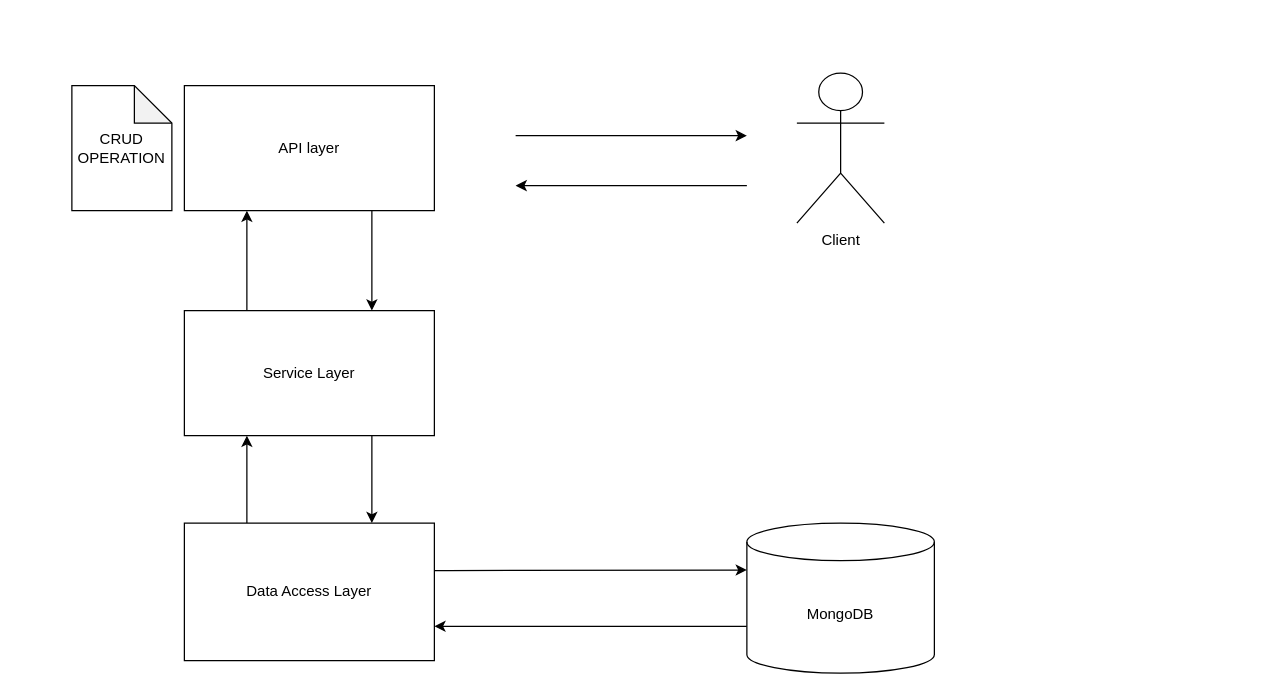
AngJJ59/xSpendingAppServerV2 keeps this draw.io diagram as page "Archiecture View" (2 of 2) of design.drawio. Above is the earlier version. Source tidied: cells renumbered, new cells numbered last; positions are measured from the earlier drawing's top-left corner, leaving out a move shared by most shapes. Both pictures are drawn from the tidied source at 125%, with x=0, y=0 at pixel (71, 72).
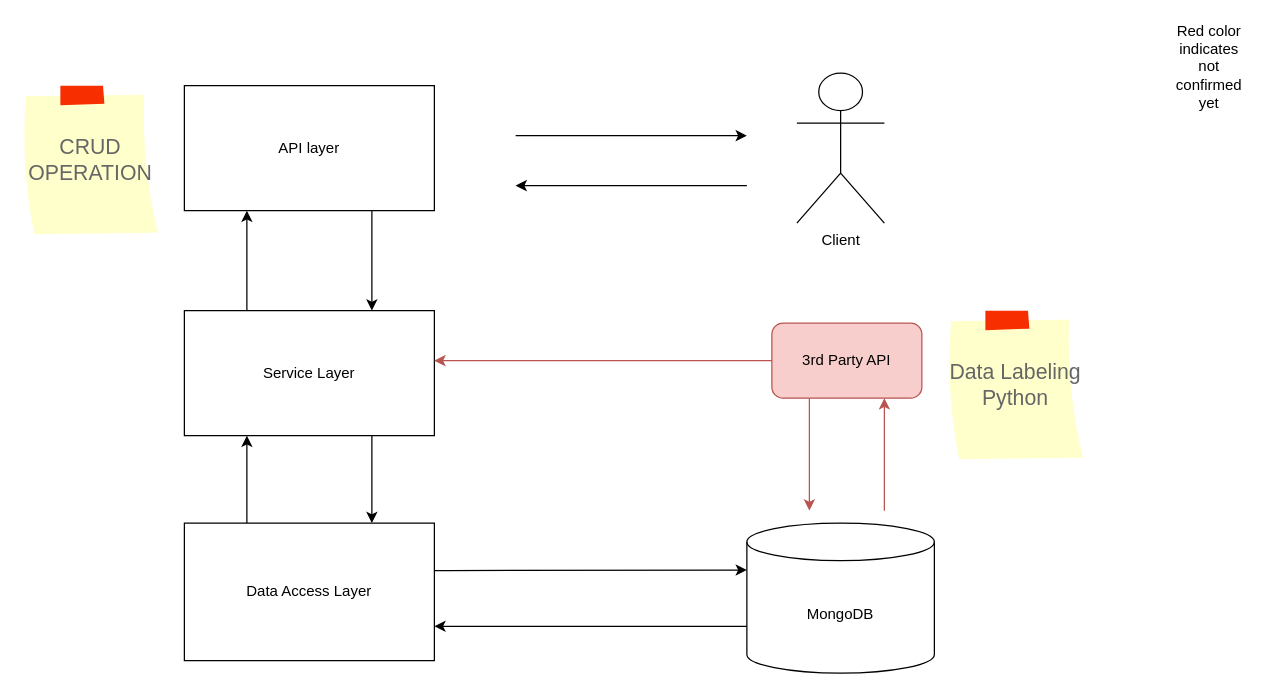
After the change.

Unchanged cells that the change refers to:
```xml
<mxCell id="9" value="Service Layer" style="rounded=0;whiteSpace=wrap;html=1;" parent="1" vertex="1">
  <mxGeometry x="90" y="190" width="200" height="100" as="geometry" />
</mxCell>
```

The edit, as a diff of the source:
```diff
@@
+    <mxCell id="16" style="edgeStyle=orthogonalEdgeStyle;rounded=0;jettySize=auto;html=1;entryX=1;entryY=0.4;entryDx=0;entryDy=0;entryPerimeter=0;fillColor=#f8cecc;strokeColor=#b85450;" parent="1" edge="1" source="18" target="9">
+      <mxGeometry relative="1" as="geometry" />
+    </mxCell>
+    <mxCell id="17" style="edgeStyle=orthogonalEdgeStyle;rounded=0;jettySize=auto;html=1;exitX=0.25;exitY=1;exitDx=0;exitDy=0;fillColor=#f8cecc;strokeColor=#b85450;" parent="1" edge="1" source="18">
+      <mxGeometry relative="1" as="geometry">
+        <mxPoint x="590" y="350" as="targetPoint" />
+      </mxGeometry>
+    </mxCell>
+    <mxCell id="18" value="3rd Party API" style="rounded=1;whiteSpace=wrap;html=1;fillColor=#f8cecc;strokeColor=#b85450;" parent="1" vertex="1">
+      <mxGeometry x="560" y="200" width="120" height="60" as="geometry" />
+    </mxCell>
+    <mxCell id="19" style="edgeStyle=orthogonalEdgeStyle;rounded=0;jettySize=auto;html=1;entryX=0.75;entryY=1;entryDx=0;entryDy=0;fillColor=#f8cecc;strokeColor=#b85450;" parent="1" edge="1" target="18">
+      <mxGeometry relative="1" as="geometry">
+        <mxPoint x="650" y="350" as="sourcePoint" />
+        <Array as="points">
+          <mxPoint x="650" y="270" />
+          <mxPoint x="650" y="270" />
+        </Array>
+      </mxGeometry>
+    </mxCell>
-    <mxCell id="15" value="CRUD OPERATION" style="shape=note;whiteSpace=wrap;html=1;backgroundOutline=1;darkOpacity=0.05;" parent="1" vertex="1">
-      <mxGeometry y="10" width="80" height="100" as="geometry" />
+    <mxCell id="15" value="CRUD OPERATION" style="strokeWidth=1;shadow=0;dashed=0;align=center;html=1;shape=mxgraph.mockup.text.stickyNote2;fontColor=#666666;mainText=;fontSize=17;whiteSpace=wrap;fillColor=#ffffcc;strokeColor=#F62E00;" parent="1" vertex="1">
+      <mxGeometry x="-40" y="10" width="110" height="120" as="geometry" />
     </mxCell>
+    <mxCell id="20" value="Data Labeling Python" style="strokeWidth=1;shadow=0;dashed=0;align=center;html=1;shape=mxgraph.mockup.text.stickyNote2;fontColor=#666666;mainText=;fontSize=17;whiteSpace=wrap;fillColor=#ffffcc;strokeColor=#F62E00;" parent="1" vertex="1">
+      <mxGeometry x="700" y="190" width="110" height="120" as="geometry" />
+    </mxCell>
+    <mxCell id="21" value="Red color indicates not confirmed yet" style="text;html=1;strokeColor=none;fillColor=none;align=center;verticalAlign=middle;whiteSpace=wrap;rounded=0;" parent="1" vertex="1">
+      <mxGeometry x="880" y="-20" width="60" height="30" as="geometry" />
+    </mxCell>
```
